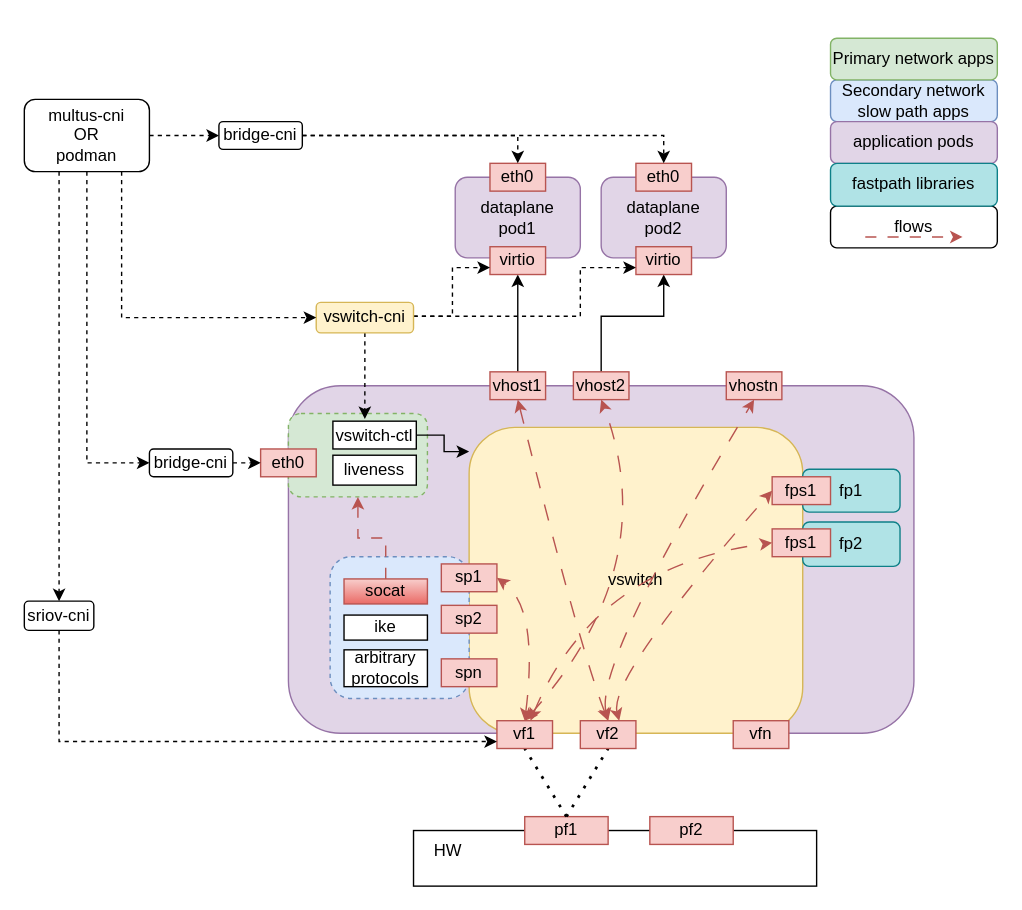
Above: vswitch.drawio in sriramy/drawio (draw.io), before the change. Source tidied: cells renumbered, new cells numbered last; positions are measured from the earlier drawing's top-left corner, leaving out a move shared by most shapes. Both pictures are drawn from the tidied source at 139%, with x=0, y=0 at pixel (24, 38).
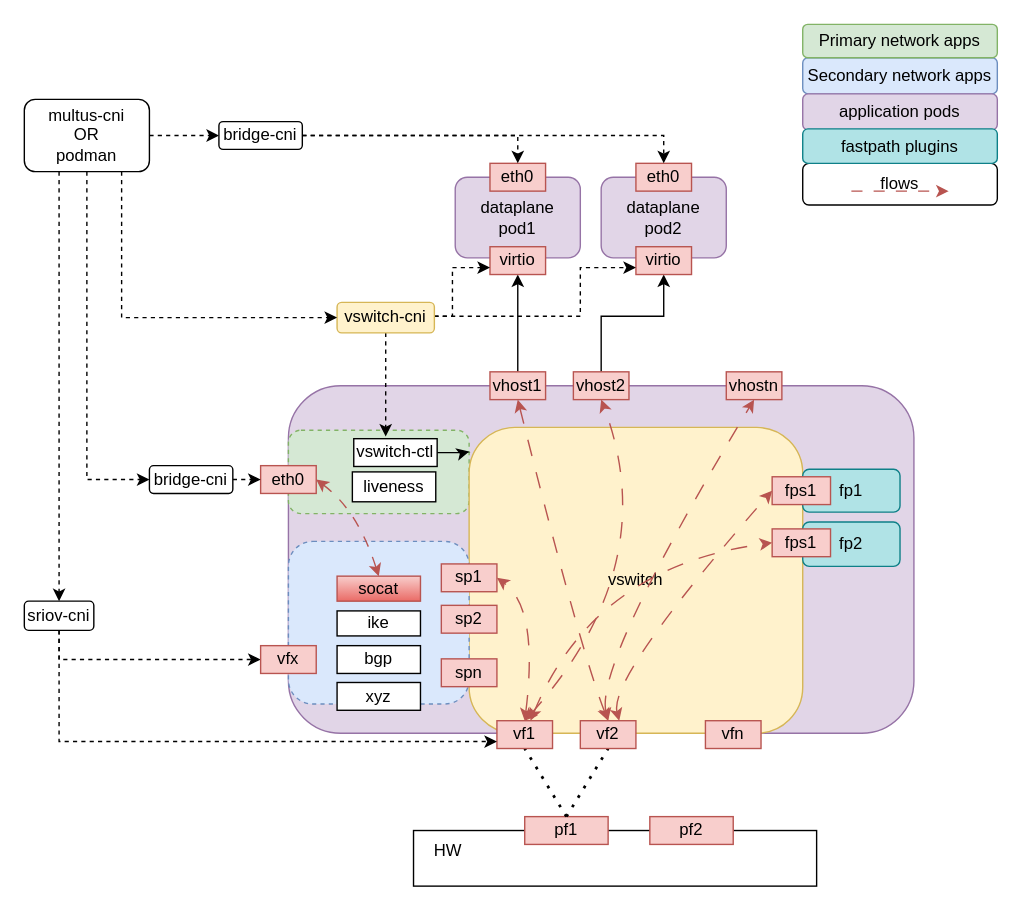
The same page after the edit.

The change refers to these unchanged cells:
```xml
<mxCell id="28" value="vf1" style="rounded=0;whiteSpace=wrap;html=1;fillColor=#f8cecc;strokeColor=#b85450;" parent="1" vertex="1">
  <mxGeometry x="340" y="491" width="40" height="20" as="geometry" />
</mxCell>
<mxCell id="50" value="sriov-cni" style="rounded=1;whiteSpace=wrap;html=1;" parent="1" vertex="1">
  <mxGeometry y="405" width="50" height="21" as="geometry" />
</mxCell>
```

Diff of the diagram source:
```diff
@@
     <mxCell id="2" value="flows" style="rounded=1;whiteSpace=wrap;html=1;" parent="1" vertex="1">
-      <mxGeometry x="580" y="120.8" width="120" height="30" as="geometry" />
+      <mxGeometry x="560" y="90" width="140" height="30" as="geometry" />
     </mxCell>
@@
     <mxCell id="15" style="rounded=1;whiteSpace=wrap;html=1;dashed=1;fillColor=#d5e8d4;strokeColor=#82b366;" parent="1" vertex="1">
-      <mxGeometry x="190" y="270" width="100" height="60" as="geometry" />
+      <mxGeometry x="190" y="282" width="130" height="60" as="geometry" />
     </mxCell>
@@
     <mxCell id="17" style="rounded=1;whiteSpace=wrap;html=1;dashed=1;fillColor=#dae8fc;strokeColor=#6c8ebf;" parent="1" vertex="1">
-      <mxGeometry x="220" y="373" width="100" height="102" as="geometry" />
+      <mxGeometry x="190" y="362" width="130" height="117" as="geometry" />
     </mxCell>
     <mxCell id="18" value="ike" style="rounded=0;whiteSpace=wrap;html=1;" parent="1" vertex="1">
-      <mxGeometry x="230" y="415" width="60" height="18" as="geometry" />
+      <mxGeometry x="225" y="412" width="60" height="18" as="geometry" />
     </mxCell>
-    <mxCell id="19" value="arbitrary protocols" style="rounded=0;whiteSpace=wrap;html=1;" parent="1" vertex="1">
-      <mxGeometry x="230" y="440" width="60" height="26.5" as="geometry" />
+    <mxCell id="19" value="bgp" style="rounded=0;whiteSpace=wrap;html=1;" parent="1" vertex="1">
+      <mxGeometry x="225" y="437" width="60" height="20" as="geometry" />
     </mxCell>
@@
     <mxCell id="21" value="vswitch-ctl" style="rounded=0;whiteSpace=wrap;html=1;" parent="1" vertex="1">
-      <mxGeometry x="222" y="275.5" width="60" height="20" as="geometry" />
+      <mxGeometry x="237" y="288.1" width="60" height="20" as="geometry" />
     </mxCell>
-    <mxCell id="22" value="Secondary network slow path apps" style="rounded=1;whiteSpace=wrap;html=1;fillColor=#dae8fc;strokeColor=#6c8ebf;" parent="1" vertex="1">
-      <mxGeometry x="580" y="30" width="120" height="30" as="geometry" />
+    <mxCell id="22" value="Secondary network apps" style="rounded=1;whiteSpace=wrap;html=1;fillColor=#dae8fc;strokeColor=#6c8ebf;" parent="1" vertex="1">
+      <mxGeometry x="560" y="14" width="140" height="26" as="geometry" />
     </mxCell>
     <mxCell id="23" value="Primary network apps" style="rounded=1;whiteSpace=wrap;html=1;fillColor=#d5e8d4;strokeColor=#82b366;" parent="1" vertex="1">
-      <mxGeometry x="580" width="120" height="30" as="geometry" />
+      <mxGeometry x="560" y="-10" width="140" height="24" as="geometry" />
     </mxCell>
@@
     <mxCell id="27" value="eth0" style="rounded=0;whiteSpace=wrap;html=1;fillColor=#f8cecc;strokeColor=#b85450;" parent="1" vertex="1">
-      <mxGeometry x="170" y="295.5" width="40" height="20" as="geometry" />
+      <mxGeometry x="170" y="307.5" width="40" height="20" as="geometry" />
     </mxCell>
@@
     <mxCell id="29" value="liveness" style="rounded=0;whiteSpace=wrap;html=1;" parent="1" vertex="1">
-      <mxGeometry x="222" y="300" width="60" height="21.5" as="geometry" />
+      <mxGeometry x="236" y="312" width="60" height="21.5" as="geometry" />
     </mxCell>
@@
     <mxCell id="37" value="application pods" style="rounded=1;whiteSpace=wrap;html=1;fillColor=#e1d5e7;strokeColor=#9673a6;" parent="1" vertex="1">
-      <mxGeometry x="580" y="60" width="120" height="30" as="geometry" />
+      <mxGeometry x="560" y="40" width="140" height="26" as="geometry" />
     </mxCell>
@@
     <mxCell id="39" style="endArrow=classic;html=1;rounded=0;dashed=1;dashPattern=8 8;fillColor=#f8cecc;strokeColor=#b85450;" parent="1" edge="1">
       <mxGeometry relative="1" as="geometry">
-        <mxPoint x="605" y="143" as="sourcePoint" />
-        <mxPoint x="675" y="143" as="targetPoint" />
+        <mxPoint x="595" y="110" as="sourcePoint" />
+        <mxPoint x="665" y="110" as="targetPoint" />
       </mxGeometry>
     </mxCell>
@@
     <mxCell id="43" value="vswitch-cni" style="rounded=1;whiteSpace=wrap;html=1;fillColor=#fff2cc;strokeColor=#d6b656;" parent="1" vertex="1">
-      <mxGeometry x="210" y="190" width="70" height="22" as="geometry" />
+      <mxGeometry x="225" y="190" width="70" height="22" as="geometry" />
     </mxCell>
@@
-    <mxCell id="49" style="edgeStyle=orthogonalEdgeStyle;rounded=0;jettySize=auto;html=1;entryX=0;entryY=0.75;entryDx=0;entryDy=0;dashed=1;exitX=0.5;exitY=1;exitDx=0;exitDy=0;" parent="1" edge="1" source="50" target="28">
+    <mxCell id="49" style="edgeStyle=orthogonalEdgeStyle;rounded=0;jettySize=auto;html=1;entryX=0;entryY=0.75;entryDx=0;entryDy=0;dashed=1;" parent="1" edge="1" source="50" target="28">
       <mxGeometry relative="1" as="geometry">
         <Array as="points">
           <mxPoint x="25" y="506" />
         </Array>
       </mxGeometry>
     </mxCell>
@@
     <mxCell id="51" value="vfn" style="rounded=0;whiteSpace=wrap;html=1;fillColor=#f8cecc;strokeColor=#b85450;" parent="1" vertex="1">
-      <mxGeometry x="510" y="491" width="40" height="20" as="geometry" />
+      <mxGeometry x="490" y="491" width="40" height="20" as="geometry" />
     </mxCell>
@@
-    <mxCell id="53" style="edgeStyle=orthogonalEdgeStyle;rounded=0;jettySize=auto;html=1;entryX=0.5;entryY=1;entryDx=0;entryDy=0;dashed=1;dashPattern=8 8;fillColor=#f8cecc;strokeColor=#b85450;" parent="1" edge="1" source="54" target="15">
-      <mxGeometry relative="1" as="geometry" />
-    </mxCell>
     <mxCell id="54" value="socat" style="rounded=0;whiteSpace=wrap;html=1;fillColor=#f8cecc;strokeColor=#b85450;gradientColor=#ea6b66;" parent="1" vertex="1">
-      <mxGeometry x="230" y="389" width="60" height="18" as="geometry" />
+      <mxGeometry x="225" y="387" width="60" height="18" as="geometry" />
     </mxCell>
@@
     <mxCell id="57" value="bridge-cni" style="rounded=1;whiteSpace=wrap;html=1;" parent="1" vertex="1">
-      <mxGeometry x="90" y="295.5" width="60" height="20" as="geometry" />
+      <mxGeometry x="90" y="307.5" width="60" height="20" as="geometry" />
     </mxCell>
@@
-    <mxCell id="67" value="fastpath libraries" style="rounded=1;whiteSpace=wrap;html=1;fillColor=#b0e3e6;strokeColor=#0e8088;" parent="1" vertex="1">
-      <mxGeometry x="580" y="90" width="120" height="30.8" as="geometry" />
+    <mxCell id="67" value="fastpath plugins" style="rounded=1;whiteSpace=wrap;html=1;fillColor=#b0e3e6;strokeColor=#0e8088;" parent="1" vertex="1">
+      <mxGeometry x="560" y="65.2" width="140" height="24.8" as="geometry" />
     </mxCell>
@@
+    <mxCell id="69" value="xyz" style="rounded=0;whiteSpace=wrap;html=1;" parent="1" vertex="1">
+      <mxGeometry x="225" y="463.5" width="60" height="20" as="geometry" />
+    </mxCell>
+    <mxCell id="70" style="curved=1;endArrow=classic;html=1;rounded=0;entryX=1;entryY=0.5;entryDx=0;entryDy=0;exitX=0.5;exitY=0;exitDx=0;exitDy=0;startArrow=classic;startFill=1;dashed=1;dashPattern=8 8;fillColor=#f8cecc;strokeColor=#b85450;" parent="1" edge="1" source="54" target="27">
+      <mxGeometry relative="1" as="geometry">
+        <Array as="points">
+          <mxPoint x="240" y="340" />
+        </Array>
+      </mxGeometry>
+    </mxCell>
+    <mxCell id="71" style="edgeStyle=orthogonalEdgeStyle;rounded=0;jettySize=auto;html=1;entryX=0;entryY=0.5;entryDx=0;entryDy=0;dashed=1;exitX=0.5;exitY=1;exitDx=0;exitDy=0;" parent="1" edge="1" source="50" target="72">
+      <mxGeometry relative="1" as="geometry" />
+    </mxCell>
+    <mxCell id="72" value="vfx" style="rounded=0;whiteSpace=wrap;html=1;fillColor=#f8cecc;strokeColor=#b85450;" parent="1" vertex="1">
+      <mxGeometry x="170" y="437" width="40" height="20" as="geometry" />
+    </mxCell>
```
